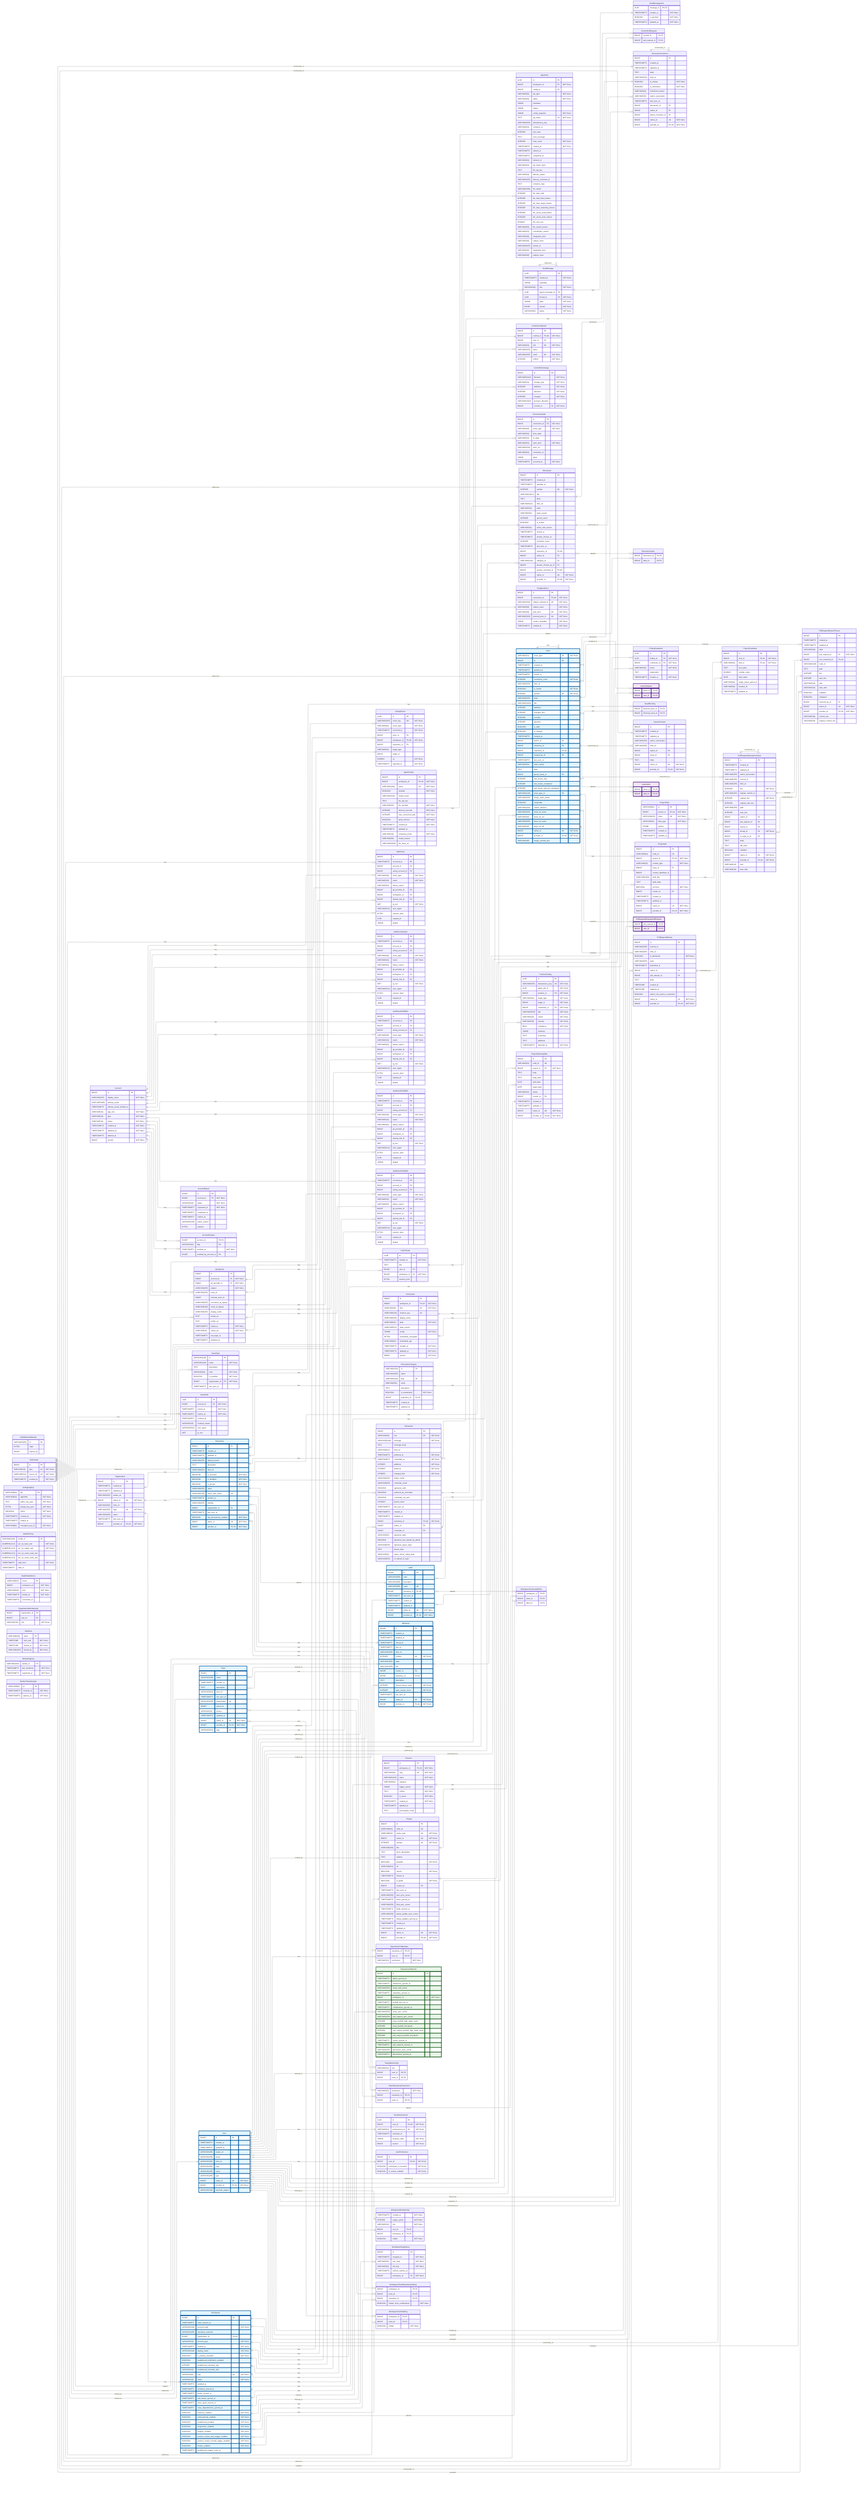
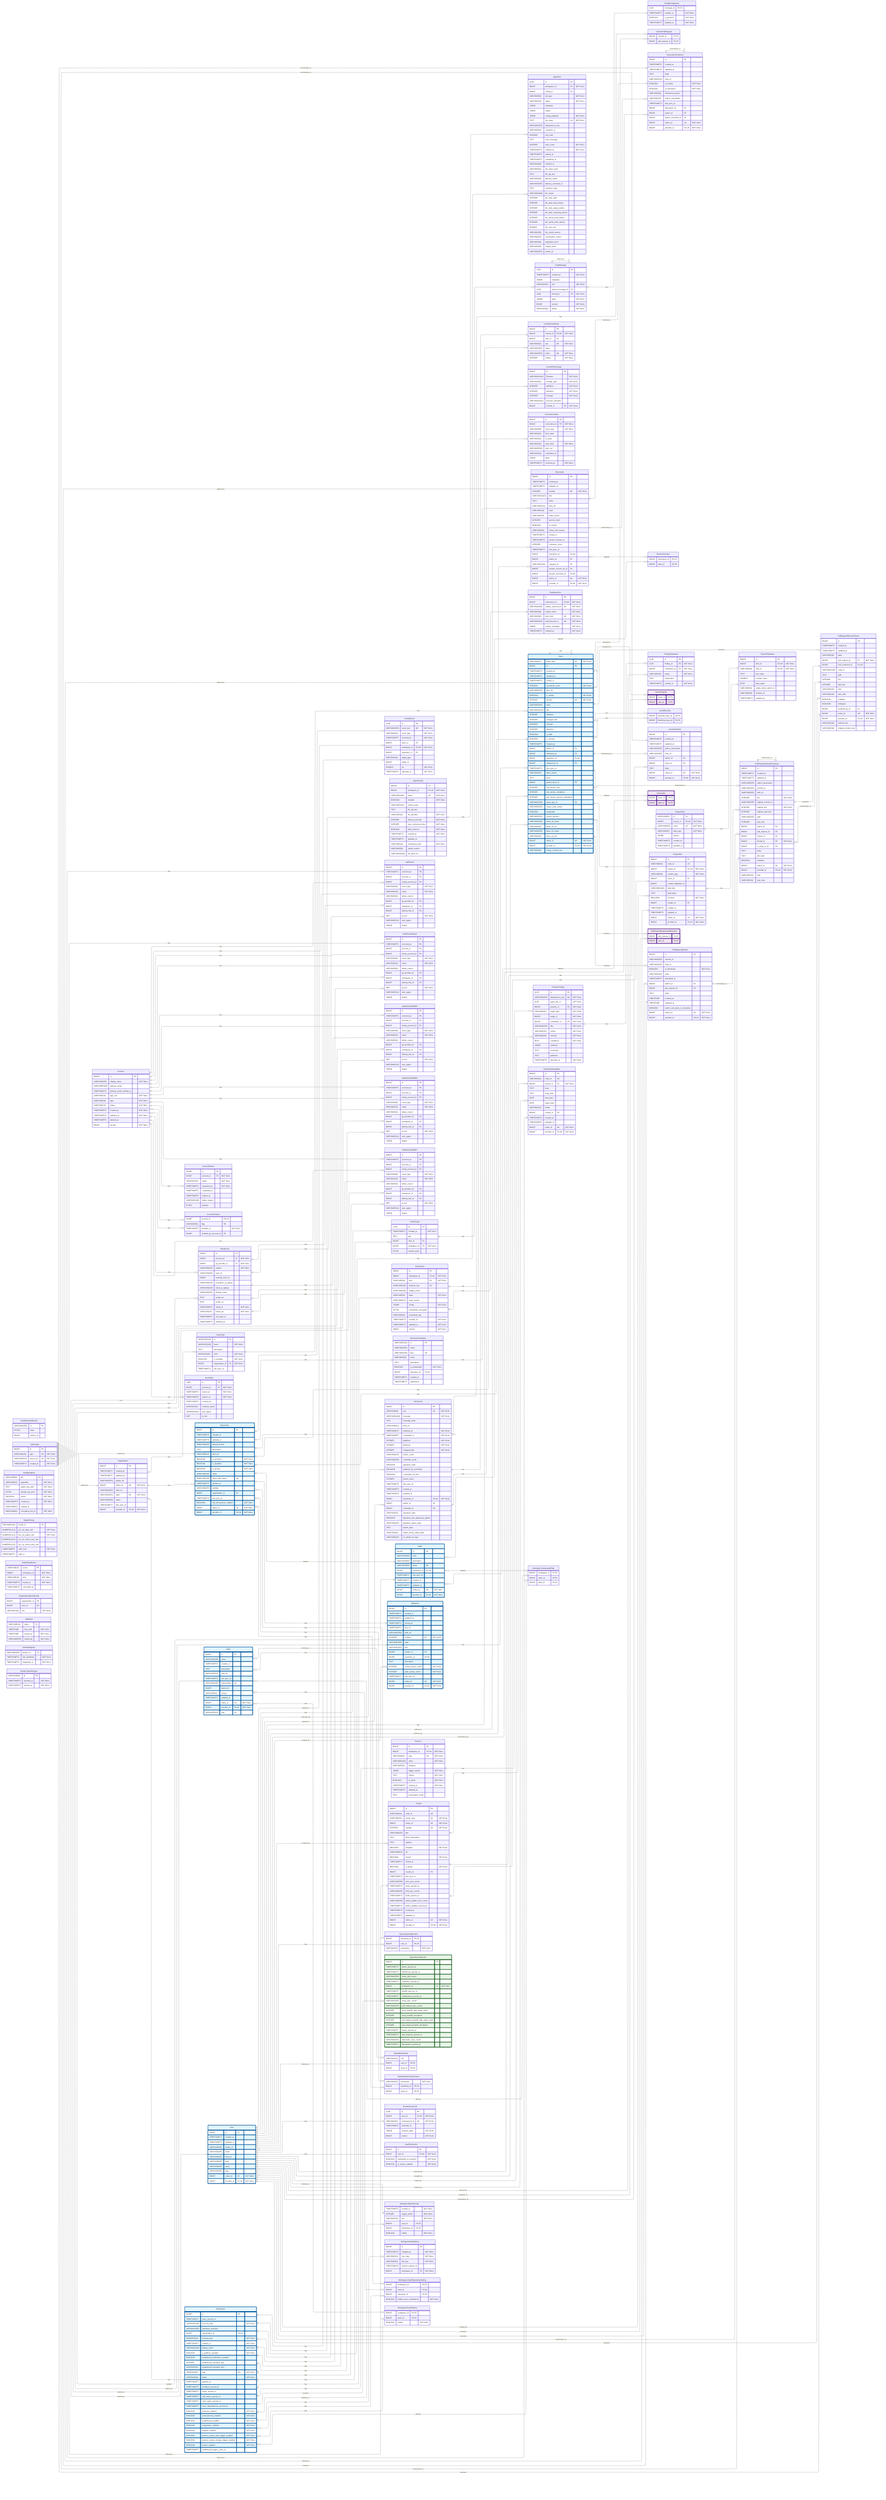
---
config:
    layout: elk
---
erDiagram
    %% Generated automatically from PostgreSQL database schema
    %% using scripts/generate-mermaid-erd.ts
    %% To regenerate: pnpm run db:generate-erd-docs

    direction LR

    Account {
        BIGINT id PK
        VARCHAR(255) display_name "NOT NULL"
        USER-DEFINED primary_email
        TIMESTAMPTZ primary_email_verified_at
        VARCHAR(16) app_role "NOT NULL"
        VARCHAR(16) type "NOT NULL"
        VARCHAR(16) status "NOT NULL"
        TIMESTAMPTZ created_at "NOT NULL"
        TIMESTAMPTZ updated_at "NOT NULL"
        TIMESTAMPTZ deleted_at
        BIGINT version "NOT NULL"
    }

    AccountExport {
        BIGINT id PK
        BIGINT account_id FK "NOT NULL"
        VARCHAR(16) status "NOT NULL"
        TIMESTAMPTZ requested_at "NOT NULL"
        TIMESTAMPTZ completed_at
        TIMESTAMPTZ expires_at
        VARCHAR(128) failure_reason
        BYTEA payload
    }

    AccountFeature {
        BIGINT account_id PK,FK
        VARCHAR(64) flag PK
        TIMESTAMPTZ enabled_at "NOT NULL"
        BIGINT enabled_by_account_id FK
    }

    ActivityEvent {
        UUID id PK
        VARCHAR(255) event_key UK "NOT NULL"
        VARCHAR(64) event_type "NOT NULL"
        TIMESTAMPTZ occurred_at "NOT NULL"
        BIGINT actor_id FK
        BIGINT workspace_id FK,UK "NOT NULL"
        BIGINT repository_id FK
        VARCHAR(32) target_type
        BIGINT target_id
        DOUBLE xp "NOT NULL"
        TIMESTAMPTZ ingested_at "NOT NULL"
    }

    AgentConfig {
        BIGINT id PK
        BIGINT workspace_id FK,UK "NOT NULL"
        VARCHAR(100) name UK "NOT NULL"
        BOOLEAN enabled "NOT NULL"
        VARCHAR(128) model_name
        TEXT llm_api_key
        VARCHAR(32) llm_provider "NOT NULL"
        INTEGER timeout_seconds "NOT NULL"
        INTEGER max_concurrent_jobs "NOT NULL"
        BOOLEAN allow_internet "NOT NULL"
        TIMESTAMPTZ created_at "NOT NULL"
        TIMESTAMPTZ updated_at
        VARCHAR(16) credential_mode "NOT NULL"
        VARCHAR(50) model_version
        VARCHAR(2048) llm_base_url
    }

    AgentJob {
        UUID id PK
        BIGINT workspace_id FK "NOT NULL"
        BIGINT config_id FK
        VARCHAR(50) job_type "NOT NULL"
        VARCHAR(20) status "NOT NULL"
        JSONB metadata
        JSONB output
        JSONB config_snapshot "NOT NULL"
        TEXT job_token UK "NOT NULL"
        VARCHAR(255) idempotency_key
        VARCHAR(64) container_id
        INTEGER exit_code
        TEXT error_message
        INTEGER retry_count "NOT NULL"
        TIMESTAMPTZ created_at "NOT NULL"
        TIMESTAMPTZ started_at
        TIMESTAMPTZ completed_at
        VARCHAR(64) network_id
        VARCHAR(64) job_token_hash
        TEXT llm_api_key
        VARCHAR(20) delivery_status
        VARCHAR(255) delivery_comment_id
        TEXT container_logs
        VARCHAR(100) llm_model
        INTEGER llm_total_calls
        INTEGER llm_total_input_tokens
        INTEGER llm_total_output_tokens
        INTEGER llm_total_reasoning_tokens
        INTEGER llm_cache_read_tokens
        INTEGER llm_cache_write_tokens
        DOUBLE llm_cost_usd
        VARCHAR(50) llm_model_version
        VARCHAR(32) cancellation_reason
        VARCHAR(48) integration_kind
        VARCHAR(48) subject_class
        VARCHAR(255) worker_id
-         VARCHAR(48) integration_kind
-         VARCHAR(48) subject_class
    }

    AuthEvent {
        BIGINT id PK
        TIMESTAMPTZ occurred_at PK
        BIGINT account_id FK
        BIGINT acting_account_id FK
        VARCHAR(48) event_type "NOT NULL"
        VARCHAR(16) result "NOT NULL"
        VARCHAR(64) failure_reason
        BIGINT git_provider_id FK
        BIGINT workspace_id FK
        BIGINT identity_link_id FK
        INET ip_inet "NOT NULL"
        VARCHAR(512) user_agent
-         BYTEA session_hash
-         UUID request_id
        JSONB details
    }

    AuthEventDefault {
        BIGINT id PK
        TIMESTAMPTZ occurred_at PK
        BIGINT account_id FK
        BIGINT acting_account_id FK
        VARCHAR(48) event_type "NOT NULL"
        VARCHAR(16) result "NOT NULL"
        VARCHAR(64) failure_reason
        BIGINT git_provider_id FK
        BIGINT workspace_id FK
        BIGINT identity_link_id FK
        INET ip_inet "NOT NULL"
        VARCHAR(512) user_agent
-         BYTEA session_hash
-         UUID request_id
        JSONB details
    }

-     AuthEventP202604 {
+     AuthEventP202605 {
        BIGINT id PK
        TIMESTAMPTZ occurred_at PK
        BIGINT account_id FK
        BIGINT acting_account_id FK
        VARCHAR(48) event_type "NOT NULL"
        VARCHAR(16) result "NOT NULL"
        VARCHAR(64) failure_reason
        BIGINT git_provider_id FK
        BIGINT workspace_id FK
        BIGINT identity_link_id FK
        INET ip_inet "NOT NULL"
        VARCHAR(512) user_agent
-         BYTEA session_hash
-         UUID request_id
        JSONB details
    }

-     AuthEventP202605 {
+     AuthEventP202606 {
        BIGINT id PK
        TIMESTAMPTZ occurred_at PK
        BIGINT account_id FK
        BIGINT acting_account_id FK
        VARCHAR(48) event_type "NOT NULL"
        VARCHAR(16) result "NOT NULL"
        VARCHAR(64) failure_reason
        BIGINT git_provider_id FK
        BIGINT workspace_id FK
        BIGINT identity_link_id FK
        INET ip_inet "NOT NULL"
        VARCHAR(512) user_agent
-         BYTEA session_hash
-         UUID request_id
        JSONB details
    }

-     AuthEventP202606 {
+     AuthEventP202607 {
        BIGINT id PK
        TIMESTAMPTZ occurred_at PK
        BIGINT account_id FK
        BIGINT acting_account_id FK
        VARCHAR(48) event_type "NOT NULL"
        VARCHAR(16) result "NOT NULL"
        VARCHAR(64) failure_reason
        BIGINT git_provider_id FK
        BIGINT workspace_id FK
        BIGINT identity_link_id FK
        INET ip_inet "NOT NULL"
        VARCHAR(512) user_agent
-         BYTEA session_hash
-         UUID request_id
        JSONB details
    }

    AuthRateLimitBucket {
        VARCHAR(255) id PK
        BYTEA state
        BIGINT expires_at
    }

    ChatMessage {
        UUID id PK
        TIMESTAMPTZ created_at "NOT NULL"
        JSONB metadata
        VARCHAR(16) role "NOT NULL"
        UUID parent_message_id FK
        UUID thread_id FK "NOT NULL"
        JSONB parts "NOT NULL"
        BIGINT version "NOT NULL"
        VARCHAR(16) status "NOT NULL"
    }

    ChatMessageVote {
        UUID message_id PK,FK
        TIMESTAMPTZ created_at "NOT NULL"
        BOOLEAN is_upvoted "NOT NULL"
        TIMESTAMPTZ updated_at "NOT NULL"
    }

    ChatThread {
        UUID id PK
        TIMESTAMPTZ created_at "NOT NULL"
        TEXT title
        BIGINT user_id FK
        BIGINT workspace_id FK "NOT NULL"
        BYTEA session_jsonl
    }

    CommitContributor {
        BIGINT id PK
        BIGINT commit_id FK,UK "NOT NULL"
        BIGINT user_id FK
        VARCHAR(32) role UK "NOT NULL"
        VARCHAR(255) name
        VARCHAR(255) email UK "NOT NULL"
        INTEGER ordinal "NOT NULL"
    }

    CommitFileChange {
        BIGINT id PK
        VARCHAR(1024) filename "NOT NULL"
        VARCHAR(32) change_type "NOT NULL"
        INTEGER additions "NOT NULL"
        INTEGER deletions "NOT NULL"
        INTEGER changes "NOT NULL"
        VARCHAR(1024) previous_filename
        BIGINT commit_id FK "NOT NULL"
    }

    CommitPullRequest {
        BIGINT commit_id PK,FK
        BIGINT pull_request_id PK,FK
    }

    Connection {
        BIGINT id PK
        BIGINT workspace_id FK,UK "NOT NULL"
        VARCHAR(48) kind UK "NOT NULL"
        VARCHAR(128) instance_key UK
        VARCHAR(256) display_name
        VARCHAR(32) state "NOT NULL"
        VARCHAR(512) state_reason
        JSONB config "NOT NULL"
        BYTEA credentials_encrypted
        VARCHAR(64) credentials_alg
        TIMESTAMPTZ created_at "NOT NULL"
        TIMESTAMPTZ updated_at "NOT NULL"
        BIGINT version "NOT NULL"
    }

    ConnectionAudit {
        BIGINT id PK
        BIGINT connection_id FK "NOT NULL"
        VARCHAR(48) event_type "NOT NULL"
        VARCHAR(32) from_state
        VARCHAR(32) to_state
        VARCHAR(32) actor_kind "NOT NULL"
        VARCHAR(256) actor_ref
        VARCHAR(64) correlation_id
        JSONB detail
        TIMESTAMPTZ occurred_at "NOT NULL"
    }

    Discussion {
        BIGINT id PK
        TIMESTAMPTZ created_at
        TIMESTAMPTZ updated_at
        INTEGER number UK "NOT NULL"
        VARCHAR(1024) title
        TEXT body
        VARCHAR(512) html_url
        VARCHAR(16) state
        VARCHAR(32) state_reason
        INTEGER upvote_count
        BOOLEAN is_locked
        VARCHAR(32) active_lock_reason
        TIMESTAMPTZ closed_at
        TIMESTAMPTZ answer_chosen_at
        INTEGER comment_count
        TIMESTAMPTZ last_sync_at
        BIGINT repository_id FK,UK
        BIGINT author_id FK
        VARCHAR(128) category_id FK
        BIGINT answer_chosen_by_id FK
        BIGINT answer_comment_id FK,UK
        BIGINT native_id UK "NOT NULL"
        BIGINT provider_id FK,UK "NOT NULL"
    }

    DiscussionCategory {
        VARCHAR(128) id PK
        VARCHAR(255) name
        VARCHAR(128) slug UK
        VARCHAR(32) emoji
        TEXT description
        BOOLEAN is_answerable "NOT NULL"
        BIGINT repository_id FK,UK
        TIMESTAMPTZ created_at
        TIMESTAMPTZ updated_at
    }

    DiscussionComment {
        BIGINT id PK
        TIMESTAMPTZ created_at
        TIMESTAMPTZ updated_at
        TEXT body
        VARCHAR(512) html_url
        BOOLEAN is_answer "NOT NULL"
        BOOLEAN is_minimized "NOT NULL"
        VARCHAR(64) minimized_reason
        VARCHAR(32) author_association
        TIMESTAMPTZ last_sync_at
        BIGINT discussion_id FK
        BIGINT author_id FK
        BIGINT parent_comment_id FK
        BIGINT native_id UK "NOT NULL"
        BIGINT provider_id FK,UK "NOT NULL"
    }

    DiscussionLabel {
        BIGINT discussion_id PK,FK
        BIGINT label_id PK,FK
    }

    FeedbackPost {
        BIGINT id PK
        BIGINT connection_id FK,UK "NOT NULL"
        VARCHAR(256) subject_external_id UK "NOT NULL"
        VARCHAR(48) subject_class "NOT NULL"
        VARCHAR(48) post_kind UK "NOT NULL"
        VARCHAR(256) external_post_id UK "NOT NULL"
        JSONB vendor_metadata "NOT NULL"
        TIMESTAMPTZ created_at "NOT NULL"
    }

    FindingFeedback {
        UUID id PK
        UUID finding_id FK "NOT NULL"
        BIGINT contributor_id FK "NOT NULL"
        VARCHAR(16) action "NOT NULL"
        TEXT explanation
        TIMESTAMPTZ created_at "NOT NULL"
    }

    GitCommit {
        BIGINT id PK
        VARCHAR(40) sha UK "NOT NULL"
        VARCHAR(1024) message "NOT NULL"
        TEXT message_body
        VARCHAR(512) html_url
        TIMESTAMPTZ authored_at "NOT NULL"
        TIMESTAMPTZ committed_at "NOT NULL"
        INTEGER additions "NOT NULL"
        INTEGER deletions "NOT NULL"
        INTEGER changed_files "NOT NULL"
        VARCHAR(255) author_email
        VARCHAR(255) committer_email
        BOOLEAN signature_valid
        BOOLEAN authored_by_committer
        BOOLEAN committed_via_web
        INTEGER parent_count
        TIMESTAMPTZ last_sync_at
        TIMESTAMPTZ created_at
        TIMESTAMPTZ updated_at
        BIGINT repository_id FK,UK "NOT NULL"
        BIGINT author_id FK
        BIGINT committer_id FK
        VARCHAR(32) signature_state
        BOOLEAN signature_was_signed_by_github
        VARCHAR(255) signature_signer_login
        TEXT parent_shas
        VARCHAR(32) status_check_rollup_state
        VARCHAR(255) on_behalf_of_login
    }

    GitProvider {
        BIGINT id PK
        VARCHAR(10) type UK "NOT NULL"
        VARCHAR(512) server_url UK "NOT NULL"
        TIMESTAMPTZ created_at "NOT NULL"
    }

    IdentityLink {
        BIGINT id PK
        BIGINT account_id FK "NOT NULL"
        BIGINT git_provider_id FK "NOT NULL"
        VARCHAR(255) subject "NOT NULL"
        VARCHAR(255) team_id
        BIGINT external_actor_id
        VARCHAR(255) username_at_signup
        VARCHAR(320) email_at_signup
        VARCHAR(255) display_name
        TEXT avatar_url
        TEXT profile_url
        TIMESTAMPTZ linked_at "NOT NULL"
        VARCHAR(16) linked_via "NOT NULL"
        TIMESTAMPTZ last_login_at
        TIMESTAMPTZ disabled_at
    }

    Issue {
        VARCHAR(31) issue_type UK "NOT NULL"
        BIGINT id PK
        TIMESTAMPTZ created_at
        TIMESTAMPTZ updated_at
        TIMESTAMPTZ closed_at
        INTEGER comments_count "NOT NULL"
        VARCHAR(255) html_url
        BOOLEAN is_locked "NOT NULL"
        INTEGER number UK "NOT NULL"
        VARCHAR(255) state
        VARCHAR(1024) title
        INTEGER additions
        INTEGER changed_files
        INTEGER commits
        INTEGER deletions
        BOOLEAN is_draft
        BOOLEAN is_merged
        TIMESTAMPTZ merged_at
        BIGINT author_id FK
        BIGINT milestone_id FK
        BIGINT repository_id FK,UK
        BIGINT merged_by_id FK
        TIMESTAMPTZ last_sync_at
        VARCHAR(32) state_reason
        TEXT body
        BIGINT parent_issue_id FK
        INTEGER sub_issues_total
        INTEGER sub_issues_completed
        INTEGER sub_issues_percent_completed
        VARCHAR(128) issue_type_id FK
        VARCHAR(255) merge_state_status
        BOOLEAN mergeable
        VARCHAR(255) review_decision
        VARCHAR(255) head_ref_name
        VARCHAR(40) head_ref_oid
        VARCHAR(255) base_ref_name
        VARCHAR(40) base_ref_oid
        BIGINT native_id UK "NOT NULL"
        BIGINT provider_id FK,UK "NOT NULL"
        VARCHAR(40) merge_commit_sha
    }

    IssueAssignee {
        BIGINT issue_id PK,FK
        BIGINT user_id PK,FK
    }

    IssueBlocking {
        BIGINT blocked_issue_id PK,FK
        BIGINT blocking_issue_id PK,FK
    }

    IssueComment {
        BIGINT id PK
        TIMESTAMPTZ created_at
        TIMESTAMPTZ updated_at
        VARCHAR(255) author_association
        VARCHAR(255) html_url
        BIGINT author_id FK
        BIGINT issue_id FK
        TEXT body
        BIGINT native_id UK "NOT NULL"
        BIGINT provider_id FK,UK "NOT NULL"
    }

    IssueLabel {
        BIGINT issue_id PK,FK
        BIGINT label_id PK,FK
    }

    IssueType {
        VARCHAR(128) id PK
        VARCHAR(128) name "NOT NULL"
        TEXT description
        VARCHAR(20) color "NOT NULL"
        BOOLEAN is_enabled "NOT NULL"
        BIGINT organization_id FK "NOT NULL"
        TIMESTAMPTZ last_sync_at
    }

    IssuedJwt {
        UUID jti PK
        BIGINT account_id FK "NOT NULL"
        TIMESTAMPTZ issued_at "NOT NULL"
        TIMESTAMPTZ expires_at "NOT NULL"
        TIMESTAMPTZ revoked_at
        VARCHAR(32) revoked_reason
        VARCHAR(512) user_agent
        INET ip_inet
    }

    JwtSigningKey {
        VARCHAR(64) kid PK
        VARCHAR(16) algorithm "NOT NULL"
        TEXT public_key_pem "NOT NULL"
        BYTEA private_key_pem "NOT NULL"
        BOOLEAN active "NOT NULL"
        TIMESTAMPTZ created_at "NOT NULL"
        TIMESTAMPTZ rotated_at
        VARCHAR(64) encryption_key_id "NOT NULL"
    }

    Label {
        BIGINT id PK
        VARCHAR(255) color
        VARCHAR(255) description
        VARCHAR(255) name UK
        BIGINT repository_id FK,UK
        TIMESTAMPTZ last_sync_at
        TIMESTAMPTZ created_at
        TIMESTAMPTZ updated_at
        BIGINT native_id UK "NOT NULL"
        BIGINT provider_id FK,UK "NOT NULL"
    }

    Milestone {
        BIGINT id PK
        TIMESTAMPTZ created_at
        TIMESTAMPTZ updated_at
        TIMESTAMPTZ closed_at
        TIMESTAMPTZ due_on
        VARCHAR(255) html_url
        INTEGER number UK "NOT NULL"
        VARCHAR(255) state
        VARCHAR(255) title
        BIGINT creator_id FK
        BIGINT repository_id FK,UK
        TEXT description
        INTEGER closed_issues_count "NOT NULL"
        INTEGER open_issues_count "NOT NULL"
        TIMESTAMPTZ last_sync_at
        BIGINT native_id UK "NOT NULL"
        BIGINT provider_id FK,UK "NOT NULL"
    }

    ModelPricing {
        VARCHAR(128) model_id PK
        NUMERIC(12,6) per_1k_input_usd "NOT NULL"
        NUMERIC(12,6) per_1k_output_usd "NOT NULL"
        NUMERIC(12,6) per_1k_cache_read_usd
        NUMERIC(12,6) per_1k_cache_write_usd
        TIMESTAMPTZ valid_from "NOT NULL"
        TIMESTAMPTZ valid_to
    }

    OauthStateNonce {
        VARCHAR(32) nonce PK
        BIGINT workspace_id "NOT NULL"
        VARCHAR(48) kind "NOT NULL"
        TIMESTAMPTZ issued_at "NOT NULL"
        TIMESTAMPTZ consumed_at
    }

    Organization {
        BIGINT id PK
        TIMESTAMPTZ created_at
        TIMESTAMPTZ updated_at
        VARCHAR(255) avatar_url
        BIGINT native_id UK "NOT NULL"
        VARCHAR(255) html_url
        VARCHAR(255) login UK "NOT NULL"
        VARCHAR(255) name
        TIMESTAMPTZ last_sync_at
        BIGINT provider_id FK,UK "NOT NULL"
    }

    OrganizationMembership {
        BIGINT organization_id PK
        BIGINT user_id PK
        VARCHAR(32) role "NOT NULL"
    }

    Practice {
        BIGINT id PK
        BIGINT workspace_id FK,UK "NOT NULL"
        VARCHAR(64) slug UK "NOT NULL"
        VARCHAR(128) name "NOT NULL"
        VARCHAR(64) category
        JSONB trigger_events "NOT NULL"
        TEXT criteria "NOT NULL"
        BOOLEAN is_active "NOT NULL"
        TIMESTAMPTZ created_at "NOT NULL"
        TIMESTAMPTZ updated_at
        TEXT precompute_script
    }

    PracticeFinding {
        UUID id PK
        VARCHAR(255) idempotency_key UK "NOT NULL"
        UUID agent_job_id "NOT NULL"
        BIGINT practice_id FK "NOT NULL"
        VARCHAR(32) target_type "NOT NULL"
        BIGINT target_id "NOT NULL"
        BIGINT contributor_id FK "NOT NULL"
        VARCHAR(255) title "NOT NULL"
        VARCHAR(16) verdict "NOT NULL"
        VARCHAR(16) severity "NOT NULL"
        REAL confidence "NOT NULL"
        JSONB evidence
        TEXT reasoning
        TEXT guidance
        TIMESTAMPTZ detected_at "NOT NULL"
    }

    Project {
        BIGINT id PK
        VARCHAR(64) node_id UK
        VARCHAR(32) owner_type UK "NOT NULL"
        BIGINT owner_id UK "NOT NULL"
        INTEGER number UK "NOT NULL"
        VARCHAR(256) title
        TEXT short_description
        TEXT readme
        BOOLEAN template "NOT NULL"
        VARCHAR(512) url
        BOOLEAN closed "NOT NULL"
        TIMESTAMPTZ closed_at
        BOOLEAN is_public "NOT NULL"
        BIGINT creator_id FK
        TIMESTAMPTZ last_sync_at
        VARCHAR(256) item_sync_cursor
        TIMESTAMPTZ items_synced_at
        VARCHAR(256) field_sync_cursor
        TIMESTAMPTZ fields_synced_at
        VARCHAR(256) status_update_sync_cursor
        TIMESTAMPTZ status_updates_synced_at
        TIMESTAMPTZ created_at
        TIMESTAMPTZ updated_at
        BIGINT native_id UK "NOT NULL"
        BIGINT provider_id FK,UK "NOT NULL"
    }

    ProjectField {
        VARCHAR(64) id PK
        BIGINT project_id FK,UK "NOT NULL"
        VARCHAR(256) name UK "NOT NULL"
        VARCHAR(32) data_type "NOT NULL"
        JSONB options
        TIMESTAMPTZ created_at
        TIMESTAMPTZ updated_at
    }

    ProjectFieldValue {
        BIGINT id PK
        BIGINT item_id FK,UK "NOT NULL"
        VARCHAR(64) field_id FK,UK "NOT NULL"
        TEXT text_value
        DOUBLE number_value
        DATE date_value
        VARCHAR(64) single_select_option_id
        VARCHAR(64) iteration_id
        TIMESTAMPTZ updated_at
    }

    ProjectItem {
        BIGINT id PK
        VARCHAR(64) node_id UK
        BIGINT project_id FK,UK "NOT NULL"
        VARCHAR(32) content_type "NOT NULL"
        BIGINT issue_id FK
        BIGINT content_database_id
        VARCHAR(1024) draft_title
        TEXT draft_body
        BOOLEAN archived "NOT NULL"
        BIGINT creator_id FK
        TIMESTAMPTZ created_at
        TIMESTAMPTZ updated_at
        BIGINT native_id UK "NOT NULL"
        BIGINT provider_id FK,UK "NOT NULL"
    }

    ProjectStatusUpdate {
        BIGINT id PK
        VARCHAR(64) node_id UK
        BIGINT project_id FK "NOT NULL"
        TEXT body
        TEXT body_html
        DATE start_date
        DATE target_date
        VARCHAR(32) status
        BIGINT creator_id FK
        TIMESTAMPTZ created_at
        TIMESTAMPTZ updated_at
        BIGINT native_id UK "NOT NULL"
        BIGINT provider_id FK,UK "NOT NULL"
    }

    PullRequestRequestedReviewer {
        BIGINT pull_request_id PK,FK
        BIGINT user_id PK,FK
    }

    PullRequestReview {
        BIGINT id PK
        VARCHAR(255) commit_id
        VARCHAR(255) html_url
        BOOLEAN is_dismissed "NOT NULL"
        VARCHAR(255) state
        TIMESTAMPTZ submitted_at
        BIGINT author_id FK
        BIGINT pull_request_id FK
        TEXT body
        TIMESTAMP created_at
        TIMESTAMP updated_at
        BOOLEAN author_can_push_to_repository
        BIGINT native_id UK "NOT NULL"
        BIGINT provider_id FK,UK "NOT NULL"
    }

    PullRequestReviewComment {
        BIGINT id PK
        TIMESTAMPTZ created_at
        TIMESTAMPTZ updated_at
        VARCHAR(255) author_association
        VARCHAR(255) commit_id
        VARCHAR(255) html_url
        INTEGER line "NOT NULL"
        VARCHAR(255) original_commit_id
        INTEGER original_line "NOT NULL"
        INTEGER original_start_line
        VARCHAR(255) path
        INTEGER start_line
        BIGINT author_id FK
        BIGINT pull_request_id FK
        BIGINT review_id FK
        BIGINT thread_id FK "NOT NULL"
        BIGINT in_reply_to_id FK
        TEXT body
        TEXT diff_hunk
        BOOLEAN outdated
        BIGINT native_id UK "NOT NULL"
        BIGINT provider_id FK,UK "NOT NULL"
        VARCHAR(16) side
        VARCHAR(16) start_side
    }

    PullRequestReviewThread {
        BIGINT id PK
        TIMESTAMPTZ created_at
        TIMESTAMPTZ updated_at
        VARCHAR(20) state
        BIGINT pull_request_id FK "NOT NULL"
        BIGINT root_comment_id FK,UK
        VARCHAR(128) node_id
        TEXT path
        INTEGER line
        INTEGER start_line
        VARCHAR(16) side
        VARCHAR(16) start_side
        BOOLEAN outdated
        BOOLEAN collapsed
        BIGINT resolved_by_id FK
        BIGINT native_id UK "NOT NULL"
        BIGINT provider_id FK,UK "NOT NULL"
        VARCHAR(64) commit_sha
        VARCHAR(64) original_commit_sha
    }

    Repository {
        BIGINT id PK
        TIMESTAMPTZ created_at
        TIMESTAMPTZ updated_at
        VARCHAR(255) default_branch
        TEXT description
        VARCHAR(512) html_url
        BOOLEAN is_archived "NOT NULL"
        BOOLEAN is_disabled "NOT NULL"
        BOOLEAN is_private "NOT NULL"
        VARCHAR(255) name
        VARCHAR(150) name_with_owner UK
        TIMESTAMPTZ pushed_at
        VARCHAR(255) visibility
        BIGINT organization_id FK
        TIMESTAMPTZ last_sync_at
        BOOLEAN has_discussions_enabled "NOT NULL"
        BIGINT native_id UK "NOT NULL"
        BIGINT provider_id FK,UK "NOT NULL"
    }

    RepositoryCollaborator {
        BIGINT repository_id PK,FK
        BIGINT user_id PK,FK
        VARCHAR(32) permission "NOT NULL"
    }

    RepositoryToMonitor {
        BIGINT id PK
        TIMESTAMPTZ labels_synced_at
        TIMESTAMPTZ milestones_synced_at
        VARCHAR(255) name_with_owner
        TIMESTAMPTZ repository_synced_at
        BIGINT workspace_id FK "NOT NULL"
        TIMESTAMPTZ backfill_last_run_at
        TIMESTAMPTZ collaborators_synced_at
        VARCHAR(255) issue_sync_cursor
        VARCHAR(255) pull_request_sync_cursor
        INTEGER issue_backfill_high_water_mark
        INTEGER issue_backfill_checkpoint
        INTEGER pull_request_backfill_high_water_mark
        INTEGER pull_request_backfill_checkpoint
        TIMESTAMPTZ issues_synced_at
        TIMESTAMPTZ pull_requests_synced_at
        VARCHAR(255) discussion_sync_cursor
        TIMESTAMPTZ discussions_synced_at
    }

    Shedlock {
        VARCHAR(64) name PK
        TIMESTAMP lock_until "NOT NULL"
        TIMESTAMP locked_at "NOT NULL"
        VARCHAR(255) locked_by "NOT NULL"
    }

    Team {
        BIGINT id PK
        VARCHAR(255) name
        TIMESTAMPTZ created_at
        TEXT description
        VARCHAR(512) html_url
        TIMESTAMPTZ last_sync_at
        VARCHAR(255) organization UK
        BIGINT parent_id
        VARCHAR(32) privacy
        TIMESTAMPTZ updated_at
        BIGINT native_id UK "NOT NULL"
        BIGINT provider_id FK,UK "NOT NULL"
        VARCHAR(512) slug UK
    }

    TeamMembership {
        VARCHAR(32) role
        BIGINT user_id PK,FK
        BIGINT team_id PK,FK
    }

    TeamRepositoryPermission {
        VARCHAR(32) permission "NOT NULL"
        BIGINT repository_id PK,FK
        BIGINT team_id PK,FK
    }

    User {
        BIGINT id PK
        TIMESTAMPTZ created_at
        TIMESTAMPTZ updated_at
        VARCHAR(255) avatar_url
        VARCHAR(255) email
        VARCHAR(255) html_url
        VARCHAR(255) login
        VARCHAR(255) name
        VARCHAR(255) type
        BIGINT native_id UK "NOT NULL"
        BIGINT provider_id FK,UK "NOT NULL"
-         VARCHAR(128) keycloak_subject
    }

    UserAchievement {
        UUID id PK
        BIGINT user_id FK,UK "NOT NULL"
        VARCHAR(64) achievement_id UK "NOT NULL"
        TIMESTAMPTZ unlocked_at
        JSONB progress_data "NOT NULL"
        BIGINT version "NOT NULL"
    }

    UserPreference {
        BIGINT id PK
        BIGINT user_id FK,UK "NOT NULL"
        BOOLEAN participate_in_research "NOT NULL"
        BOOLEAN ai_review_enabled "NOT NULL"
    }

    WorkerRegistry {
        VARCHAR(255) worker_id PK
        TIMESTAMPTZ last_heartbeat "NOT NULL"
        TIMESTAMPTZ registered_at "NOT NULL"
    }

    WorkerTokenDenylist {
        VARCHAR(64) jti PK
        TIMESTAMPTZ revoked_at "NOT NULL"
        TIMESTAMPTZ expires_at "NOT NULL"
    }

    Workspace {
        BIGINT id PK
        TIMESTAMPTZ users_synced_at
        VARCHAR(120) account_login "NOT NULL"
        VARCHAR(255) repository_selection
        BIGINT organization_id FK,UK
        VARCHAR(10) account_type "NOT NULL"
        TIMESTAMPTZ created_at "NOT NULL"
        VARCHAR(120) display_name "NOT NULL"
        BOOLEAN is_publicly_viewable "NOT NULL"
        BOOLEAN leaderboard_notification_enabled
        INTEGER leaderboard_schedule_day
        VARCHAR(10) leaderboard_schedule_time
        VARCHAR(64) slug UK "NOT NULL"
        VARCHAR(20) status "NOT NULL"
        TIMESTAMPTZ updated_at
        TIMESTAMPTZ members_synced_at
        TIMESTAMPTZ teams_synced_at
        TIMESTAMPTZ sub_issues_synced_at
        TIMESTAMPTZ issue_types_synced_at
        TIMESTAMPTZ issue_dependencies_synced_at
        BOOLEAN practices_enabled "NOT NULL"
        BOOLEAN achievements_enabled "NOT NULL"
        BOOLEAN leaderboard_enabled "NOT NULL"
        BOOLEAN progression_enabled "NOT NULL"
        BOOLEAN leagues_enabled "NOT NULL"
        BOOLEAN practice_review_auto_trigger_enabled "NOT NULL"
        BOOLEAN practice_review_manual_trigger_enabled "NOT NULL"
        BOOLEAN mentor_enabled "NOT NULL"
        TIMESTAMPTZ leaderboard_league_cycle_at
    }

    WorkspaceMembership {
        TIMESTAMPTZ created_at "NOT NULL"
        INTEGER league_points "NOT NULL"
        VARCHAR(16) role "NOT NULL"
        BIGINT user_id PK,FK
        BIGINT workspace_id PK,FK
        BOOLEAN hidden "NOT NULL"
    }

    WorkspaceSlugHistory {
        BIGINT id PK
        TIMESTAMPTZ changed_at "NOT NULL"
        VARCHAR(64) new_slug "NOT NULL"
        VARCHAR(64) old_slug "NOT NULL"
        TIMESTAMPTZ redirect_expires_at
        BIGINT workspace_id FK "NOT NULL"
    }

    WorkspaceTeamLabelFilter {
        BIGINT workspace_id PK,FK
        BIGINT team_id PK,FK
        BIGINT label_id PK,FK
    }

    WorkspaceTeamRepositorySetting {
        BIGINT workspace_id PK,FK
        BIGINT team_id PK,FK
        BIGINT repository_id PK,FK
        BOOLEAN hidden_from_contributions "NOT NULL"
    }

    WorkspaceTeamSetting {
        BIGINT workspace_id PK,FK
        BIGINT team_id PK,FK
        BOOLEAN hidden "NOT NULL"
    }

    %% Relationships
    %% One-to-One relationships
    Workspace ||--|| ActivityEvent : has
    Workspace ||--|| AgentConfig : has
    ChatMessage ||--|| ChatMessageVote : has
    GitCommit ||--|| CommitContributor : has
    Workspace ||--|| Connection : has
    DiscussionComment ||--|| Discussion : references
    GitProvider ||--|| Discussion : references
    Repository ||--|| Discussion : has
    Repository ||--|| DiscussionCategory : has
    GitProvider ||--|| DiscussionComment : commented_on
    Connection ||--|| FeedbackPost : has
    Repository ||--|| GitCommit : has
    GitProvider ||--|| Issue : references
    Repository ||--|| Issue : has
    GitProvider ||--|| IssueComment : commented_on
    GitProvider ||--|| Label : labeled
    Repository ||--|| Label : labeled
    GitProvider ||--|| Milestone : references
    Repository ||--|| Milestone : has
    GitProvider ||--|| Organization : references
    Workspace ||--|| Practice : has
    GitProvider ||--|| Project : references
    Project ||--|| ProjectField : has
    ProjectField ||--|| ProjectFieldValue : has
    ProjectItem ||--|| ProjectFieldValue : has
    Project ||--|| ProjectItem : has
    GitProvider ||--|| ProjectItem : references
    GitProvider ||--|| ProjectStatusUpdate : references
    GitProvider ||--|| PullRequestReview : reviewed
    GitProvider ||--|| PullRequestReviewComment : commented_on
    GitProvider ||--|| PullRequestReviewThread : reviewed
    PullRequestReviewComment ||--|| PullRequestReviewThread : reviewed
    GitProvider ||--|| Repository : references
    GitProvider ||--|| Team : references
    GitProvider ||--|| User : references
    User ||--|| UserAchievement : has
    User ||--|| UserPreference : has
    Organization ||--|| Workspace : has
    User ||--|| WorkspaceMembership : belongs_to
    Workspace ||--|| WorkspaceMembership : belongs_to

    %% One-to-Many relationships
    Account ||--o{ AccountExport : has
    User ||--o{ ActivityEvent : references
    Repository ||--o{ ActivityEvent : has
    AgentConfig ||--o{ AgentJob : has
    Workspace ||--o{ AgentJob : has
    Account ||--o{ AuthEvent : has
    Account ||--o{ AuthEvent : has
    GitProvider ||--o{ AuthEvent : has
    IdentityLink ||--o{ AuthEvent : has
    Workspace ||--o{ AuthEvent : has
    Account ||--o{ AuthEventDefault : has
    Account ||--o{ AuthEventDefault : has
    GitProvider ||--o{ AuthEventDefault : has
    IdentityLink ||--o{ AuthEventDefault : has
    Workspace ||--o{ AuthEventDefault : has
-     Account ||--o{ AuthEventP202604 : has
-     Account ||--o{ AuthEventP202604 : has
-     GitProvider ||--o{ AuthEventP202604 : has
-     IdentityLink ||--o{ AuthEventP202604 : has
-     Workspace ||--o{ AuthEventP202604 : has
    Account ||--o{ AuthEventP202605 : has
    Account ||--o{ AuthEventP202605 : has
    GitProvider ||--o{ AuthEventP202605 : has
    IdentityLink ||--o{ AuthEventP202605 : has
    Workspace ||--o{ AuthEventP202605 : has
    Account ||--o{ AuthEventP202606 : has
    Account ||--o{ AuthEventP202606 : has
    GitProvider ||--o{ AuthEventP202606 : has
    IdentityLink ||--o{ AuthEventP202606 : has
    Workspace ||--o{ AuthEventP202606 : has
+     Account ||--o{ AuthEventP202607 : has
+     Account ||--o{ AuthEventP202607 : has
+     GitProvider ||--o{ AuthEventP202607 : has
+     IdentityLink ||--o{ AuthEventP202607 : has
+     Workspace ||--o{ AuthEventP202607 : has
    ChatMessage ||--o{ ChatMessage : references
    ChatThread ||--o{ ChatMessage : has
    User ||--o{ ChatThread : has
    Workspace ||--o{ ChatThread : has
    User ||--o{ CommitContributor : has
    GitCommit ||--o{ CommitFileChange : has
    Connection ||--o{ ConnectionAudit : has
    User ||--o{ Discussion : references
    User ||--o{ Discussion : authored_by
    DiscussionCategory ||--o{ Discussion : has
    User ||--o{ DiscussionComment : commented_on
    Discussion ||--o{ DiscussionComment : commented_on
    DiscussionComment ||--o{ DiscussionComment : commented_on
    User ||--o{ FindingFeedback : references
    PracticeFinding ||--o{ FindingFeedback : has
    User ||--o{ GitCommit : authored_by
    User ||--o{ GitCommit : references
    Account ||--o{ IdentityLink : has
    GitProvider ||--o{ IdentityLink : has
    User ||--o{ Issue : authored_by
    IssueType ||--o{ Issue : has
    User ||--o{ Issue : merged_by
    Milestone ||--o{ Issue : has
    Issue ||--o{ Issue : has
    User ||--o{ IssueComment : commented_on
    Issue ||--o{ IssueComment : commented_on
    Organization ||--o{ IssueType : has
    Account ||--o{ IssuedJwt : has
    User ||--o{ Milestone : created_by
    User ||--o{ PracticeFinding : references
    Practice ||--o{ PracticeFinding : has
    User ||--o{ Project : created_by
    User ||--o{ ProjectItem : created_by
    Issue ||--o{ ProjectItem : has
    User ||--o{ ProjectStatusUpdate : created_by
    Project ||--o{ ProjectStatusUpdate : has
    User ||--o{ PullRequestReview : reviewed
    Issue ||--o{ PullRequestReview : reviewed
    User ||--o{ PullRequestReviewComment : commented_on
    PullRequestReviewComment ||--o{ PullRequestReviewComment : commented_on
    Issue ||--o{ PullRequestReviewComment : commented_on
    PullRequestReview ||--o{ PullRequestReviewComment : commented_on
    PullRequestReviewThread ||--o{ PullRequestReviewComment : commented_on
    Issue ||--o{ PullRequestReviewThread : reviewed
    User ||--o{ PullRequestReviewThread : reviewed
    Organization ||--o{ Repository : has
    Workspace ||--o{ RepositoryToMonitor : monitors
    Workspace ||--o{ WorkspaceSlugHistory : has

    %% Many-to-Many relationships
    Account }o--o{ AccountFeature : has
    Account }o--o{ AccountFeature : has
    GitCommit }o--o{ CommitPullRequest : has
    Issue }o--o{ CommitPullRequest : references
    Discussion }o--o{ DiscussionLabel : labeled
    Label }o--o{ DiscussionLabel : labeled
    Issue }o--o{ IssueAssignee : assigned_to
    User }o--o{ IssueAssignee : assigned_to
    Issue }o--o{ IssueBlocking : has
    Issue }o--o{ IssueBlocking : has
    Issue }o--o{ IssueLabel : labeled
    Label }o--o{ IssueLabel : labeled
    Issue }o--o{ PullRequestRequestedReviewer : reviewed
    User }o--o{ PullRequestRequestedReviewer : reviewed
    Repository }o--o{ RepositoryCollaborator : has
    User }o--o{ RepositoryCollaborator : has
    Team }o--o{ TeamMembership : belongs_to
    User }o--o{ TeamMembership : belongs_to
    Repository }o--o{ TeamRepositoryPermission : has
    Team }o--o{ TeamRepositoryPermission : has
    Label }o--o{ WorkspaceTeamLabelFilter : labeled
    Team }o--o{ WorkspaceTeamLabelFilter : labeled
    Workspace }o--o{ WorkspaceTeamLabelFilter : labeled
    Repository }o--o{ WorkspaceTeamRepositorySetting : has
    Team }o--o{ WorkspaceTeamRepositorySetting : has
    Workspace }o--o{ WorkspaceTeamRepositorySetting : has
    Team }o--o{ WorkspaceTeamSetting : has
    Workspace }o--o{ WorkspaceTeamSetting : has

    %% Styling
    classDef primaryEntity fill:#e1f5fe,stroke:#01579b,stroke-width:2px
    classDef associationEntity fill:#f3e5f5,stroke:#4a148c,stroke-width:2px
    classDef metadataEntity fill:#e8f5e8,stroke:#1b5e20,stroke-width:2px

    class Issue primaryEntity
    class IssueAssignee associationEntity
    class IssueLabel associationEntity
    class Label primaryEntity
    class Milestone primaryEntity
    class PullRequestRequestedReviewer associationEntity
    class Repository primaryEntity
    class RepositoryToMonitor metadataEntity
    class Team primaryEntity
    class User primaryEntity
    class Workspace primaryEntity
